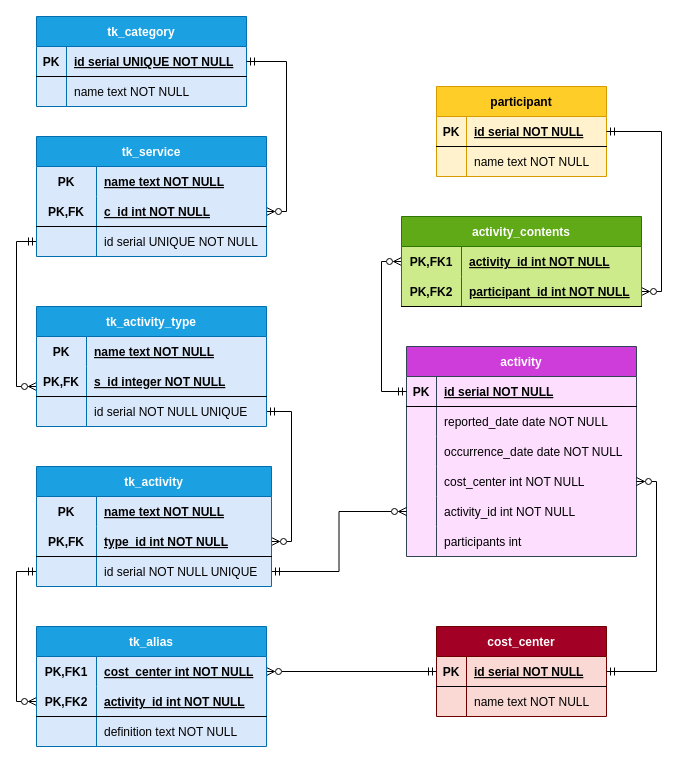
Earlier version of the draw.io diagram diagram.drawio (maussm/Database). Source tidied: cells renumbered, new cells numbered last; positions are measured from the earlier drawing's top-left corner, leaving out a move shared by most shapes. Both pictures are drawn from the tidied source at 100%, with x=0, y=0 at pixel (16, 16).
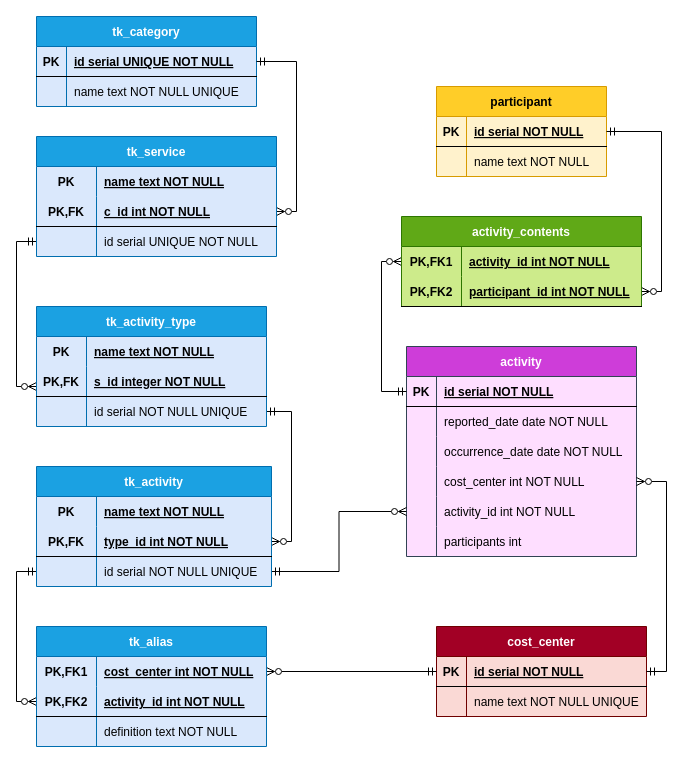
Above is the later version.

Commit message (it also covers changes not shown here):
tk_category name och cost_center name satta till UNIQUE.

Diff of the diagram source:
```diff
@@
     <mxCell id="2" value="tk_category" style="shape=table;startSize=30;childLayout=tableLayout;rowLines=0;fontStyle=1;align=center;fillColor=#1ba1e2;strokeColor=#006EAF;swimlaneFillColor=#DAE8FC;fontColor=#ffffff;" parent="1" vertex="1">
-      <mxGeometry x="20" width="210" height="90" as="geometry" />
+      <mxGeometry x="20" width="220" height="90" as="geometry" />
     </mxCell>
     <mxCell id="3" style="shape=tableRow;horizontal=0;startSize=0;swimlaneHead=0;swimlaneBody=0;fillColor=none;points=[[0,0.5],[1,0.5]];portConstraint=eastwest;top=0;left=0;right=0;bottom=1;" parent="2" vertex="1">
-      <mxGeometry y="30" width="210" height="30" as="geometry" />
+      <mxGeometry y="30" width="220" height="30" as="geometry" />
     </mxCell>
@@
     <mxCell id="5" value="id serial UNIQUE NOT NULL" style="shape=partialRectangle;overflow=hidden;fillColor=none;align=left;top=0;left=0;bottom=0;right=0;spacingLeft=6;fontStyle=5;" parent="3" vertex="1">
-      <mxGeometry x="30" width="180" height="30" as="geometry" />
+      <mxGeometry x="30" width="190" height="30" as="geometry" />
     </mxCell>
     <mxCell id="6" style="shape=tableRow;horizontal=0;startSize=0;swimlaneHead=0;swimlaneBody=0;fillColor=none;top=0;left=0;right=0;bottom=0;" parent="2" vertex="1">
-      <mxGeometry y="60" width="210" height="30" as="geometry" />
+      <mxGeometry y="60" width="220" height="30" as="geometry" />
     </mxCell>
@@
-    <mxCell id="8" value="name text NOT NULL" style="shape=partialRectangle;overflow=hidden;fillColor=none;align=left;top=0;left=0;bottom=0;right=0;spacingLeft=6;" parent="6" vertex="1">
-      <mxGeometry x="30" width="180" height="30" as="geometry" />
+    <mxCell id="8" value="name text NOT NULL UNIQUE" style="shape=partialRectangle;overflow=hidden;fillColor=none;align=left;top=0;left=0;bottom=0;right=0;spacingLeft=6;" parent="6" vertex="1">
+      <mxGeometry x="30" width="190" height="30" as="geometry" />
     </mxCell>
     <mxCell id="9" value="cost_center" style="shape=table;startSize=30;childLayout=tableLayout;rowLines=0;fontStyle=1;align=center;fillColor=#a20025;strokeColor=#6F0000;fontColor=#ffffff;swimlaneFillColor=#FAD9D5;" parent="1" vertex="1">
-      <mxGeometry x="420" y="610" width="170" height="90" as="geometry" />
+      <mxGeometry x="420" y="610" width="210" height="90" as="geometry" />
     </mxCell>
     <mxCell id="10" style="shape=tableRow;horizontal=0;startSize=0;swimlaneHead=0;swimlaneBody=0;fillColor=none;points=[[0,0.5],[1,0.5]];portConstraint=eastwest;top=0;left=0;right=0;bottom=1;" parent="9" vertex="1">
-      <mxGeometry y="30" width="170" height="30" as="geometry" />
+      <mxGeometry y="30" width="210" height="30" as="geometry" />
     </mxCell>
@@
     <mxCell id="12" value="id serial NOT NULL" style="shape=partialRectangle;overflow=hidden;fillColor=none;align=left;top=0;left=0;bottom=0;right=0;spacingLeft=6;fontStyle=5;" parent="10" vertex="1">
-      <mxGeometry x="30" width="140" height="30" as="geometry" />
+      <mxGeometry x="30" width="180" height="30" as="geometry" />
     </mxCell>
     <mxCell id="13" style="shape=tableRow;horizontal=0;startSize=0;swimlaneHead=0;swimlaneBody=0;fillColor=none;top=0;left=0;right=0;bottom=0;" parent="9" vertex="1">
-      <mxGeometry y="60" width="170" height="30" as="geometry" />
+      <mxGeometry y="60" width="210" height="30" as="geometry" />
     </mxCell>
@@
-    <mxCell id="15" value="name text NOT NULL" style="shape=partialRectangle;overflow=hidden;fillColor=none;align=left;top=0;left=0;bottom=0;right=0;spacingLeft=6;" parent="13" vertex="1">
-      <mxGeometry x="30" width="140" height="30" as="geometry" />
+    <mxCell id="15" value="name text NOT NULL UNIQUE" style="shape=partialRectangle;overflow=hidden;fillColor=none;align=left;top=0;left=0;bottom=0;right=0;spacingLeft=6;" parent="13" vertex="1">
+      <mxGeometry x="30" width="180" height="30" as="geometry" />
     </mxCell>
@@
     <mxCell id="61" value="tk_service" style="shape=table;startSize=30;childLayout=tableLayout;rowLines=0;fontStyle=1;align=center;fillColor=#1ba1e2;gradientColor=none;strokeColor=#006EAF;fontColor=#ffffff;swimlaneFillColor=#DAE8FC;" parent="1" vertex="1">
-      <mxGeometry x="20" y="120" width="230" height="120" as="geometry" />
+      <mxGeometry x="20" y="120" width="240" height="120" as="geometry" />
     </mxCell>
     <mxCell id="62" style="shape=tableRow;horizontal=0;startSize=0;swimlaneHead=0;swimlaneBody=0;fillColor=none;top=0;left=0;right=0;bottom=0;" parent="61" vertex="1">
-      <mxGeometry y="30" width="230" height="30" as="geometry" />
+      <mxGeometry y="30" width="240" height="30" as="geometry" />
     </mxCell>
@@
     <mxCell id="64" value="name text NOT NULL" style="shape=partialRectangle;fillColor=none;top=0;left=0;bottom=0;right=0;align=left;spacingLeft=6;fontStyle=5;overflow=hidden;" parent="62" vertex="1">
-      <mxGeometry x="60" width="170" height="30" as="geometry" />
+      <mxGeometry x="60" width="180" height="30" as="geometry" />
     </mxCell>
     <mxCell id="65" style="shape=tableRow;horizontal=0;startSize=0;swimlaneHead=0;swimlaneBody=0;fillColor=none;points=[[0,0.5],[1,0.5]];portConstraint=eastwest;top=0;left=0;right=0;bottom=1;" parent="61" vertex="1">
-      <mxGeometry y="60" width="230" height="30" as="geometry" />
+      <mxGeometry y="60" width="240" height="30" as="geometry" />
     </mxCell>
@@
     <mxCell id="67" value="c_id int NOT NULL" style="shape=partialRectangle;fillColor=none;top=0;left=0;bottom=0;right=0;align=left;spacingLeft=6;fontStyle=5;overflow=hidden;" parent="65" vertex="1">
-      <mxGeometry x="60" width="170" height="30" as="geometry" />
+      <mxGeometry x="60" width="180" height="30" as="geometry" />
     </mxCell>
     <mxCell id="68" style="shape=tableRow;horizontal=0;startSize=0;swimlaneHead=0;swimlaneBody=0;fillColor=none;points=[[0,0.5],[1,0.5]];portConstraint=eastwest;top=0;left=0;right=0;bottom=0;" parent="61" vertex="1">
-      <mxGeometry y="90" width="230" height="30" as="geometry" />
+      <mxGeometry y="90" width="240" height="30" as="geometry" />
     </mxCell>
@@
     <mxCell id="70" value="id serial UNIQUE NOT NULL" style="shape=partialRectangle;fillColor=none;top=0;left=0;bottom=0;right=0;align=left;spacingLeft=6;overflow=hidden;" parent="68" vertex="1">
-      <mxGeometry x="60" width="170" height="30" as="geometry" />
+      <mxGeometry x="60" width="180" height="30" as="geometry" />
     </mxCell>
```
